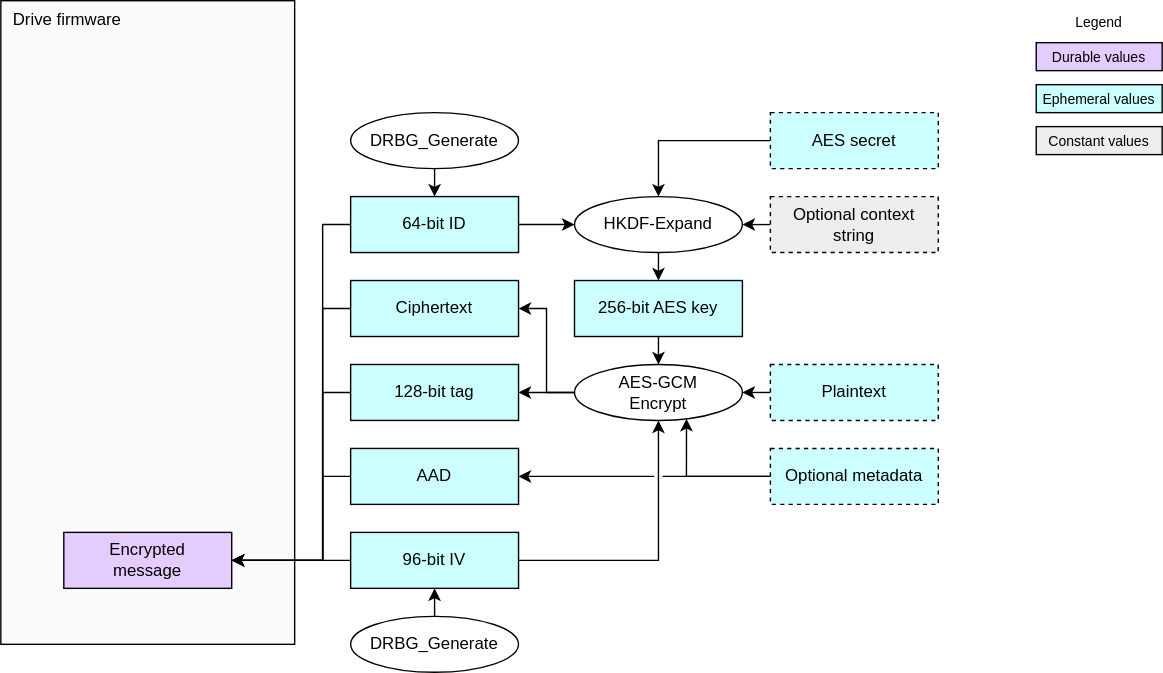
Earlier version of the draw.io export doc/ocp_lock/diagrams/preconditioned_aes_encrypt.drawio.svg (chipsalliance/Caliptra). Source tidied: cells renumbered, new cells last; positions are measured from the earlier drawing's top-left corner, leaving out a move shared by most shapes.
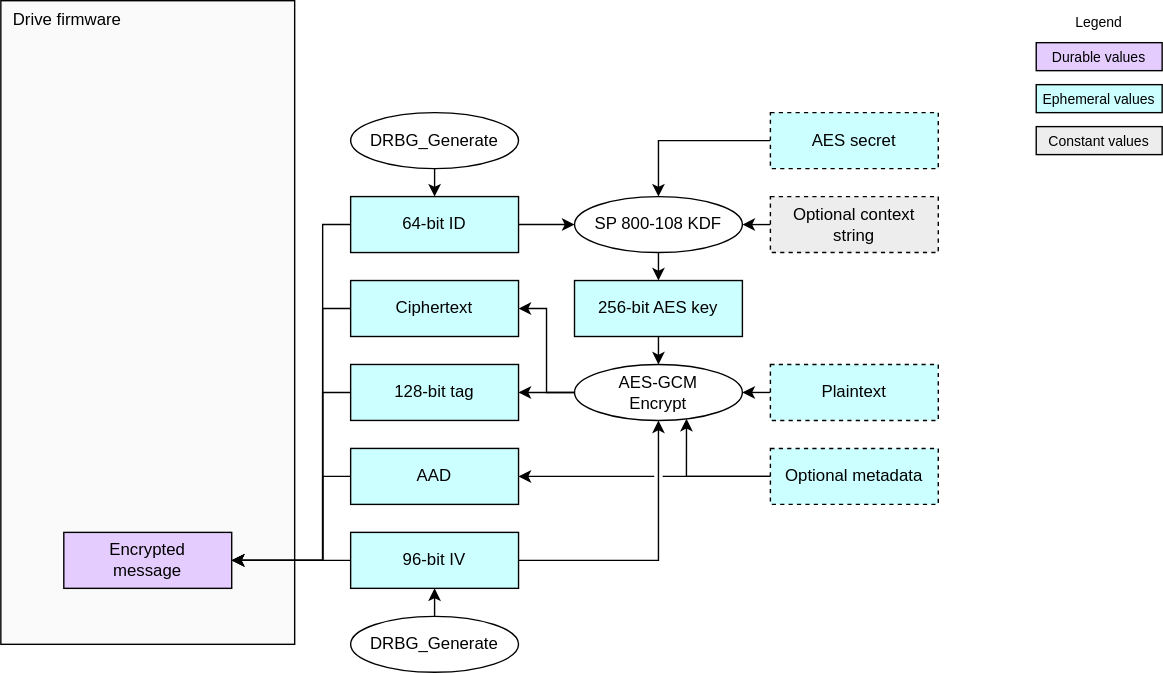
Later version of the same file.

Change to the diagram source:
```diff
@@ -49,7 +49,7 @@
     <mxCell id="15" style="edgeStyle=orthogonalEdgeStyle;endArrow=classic;html=1;rounded=0;endSize=6;startSize=6;exitX=0;exitY=0.5;exitDx=0;exitDy=0;entryX=0.5;entryY=0;entryDx=0;entryDy=0;" parent="1" edge="1" source="17" target="16">
       <mxGeometry relative="1" as="geometry" />
     </mxCell>
-    <mxCell id="16" value="HKDF-Expand" style="ellipse;whiteSpace=wrap;html=1;fillColor=#FFFFFF;" parent="1" vertex="1">
+    <mxCell id="16" value="&lt;span style=&quot;color: rgb(0, 0, 0);&quot;&gt;SP 800-108 KDF&lt;/span&gt;" style="ellipse;whiteSpace=wrap;html=1;fillColor=#FFFFFF;" parent="1" vertex="1">
       <mxGeometry x="410" y="140" width="120" height="40" as="geometry" />
     </mxCell>
     <mxCell id="17" value="AES secret" style="rounded=0;whiteSpace=wrap;html=1;align=center;verticalAlign=middle;shadow=0;glass=0;spacingLeft=0;spacingBottom=0;spacingTop=0;fillColor=#CCFFFF;dashed=1;" parent="1" vertex="1">
```
